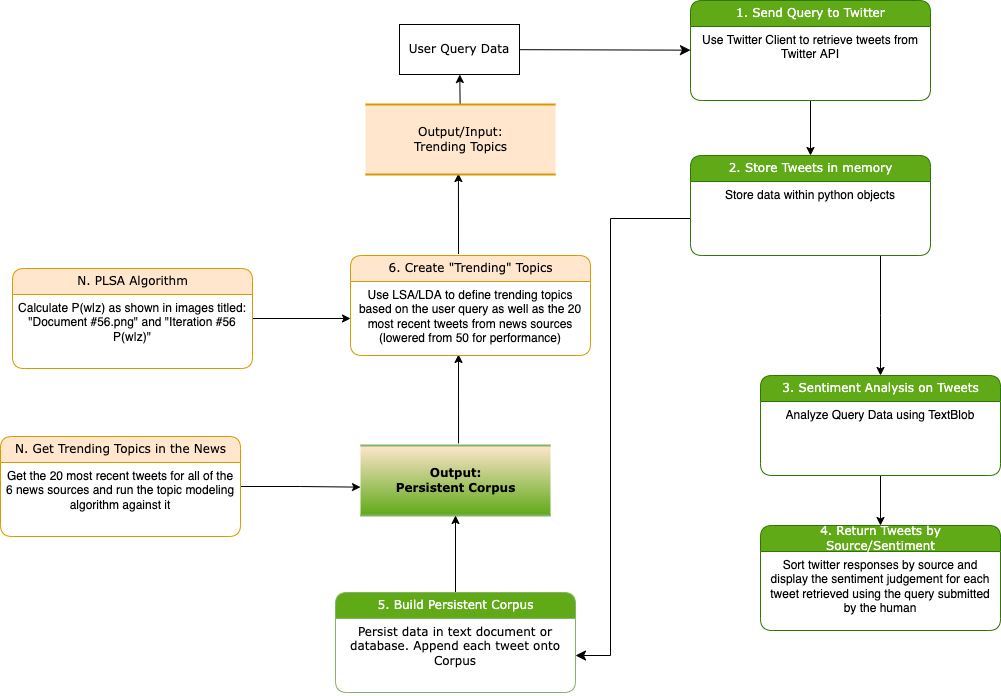
The draw.io diagram .docs/Process Model.png in PeterWJefferson/CourseProject, before a commit. Source tidied: cells renumbered, new cells last; positions are measured from the earlier drawing's top-left corner, leaving out a move shared by most shapes.
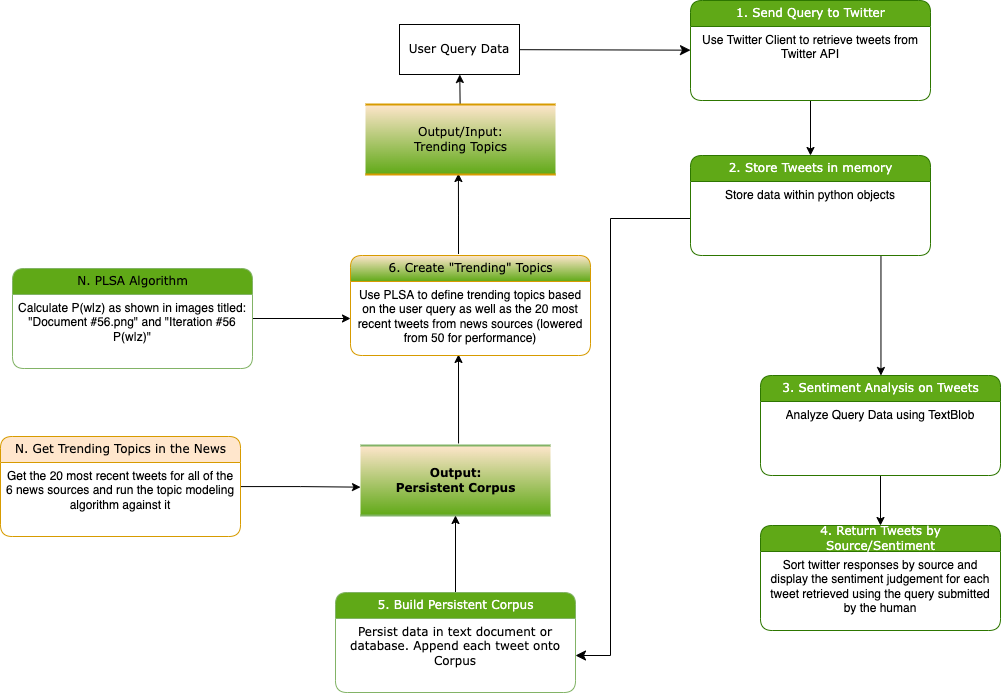
After the commit.

Commit message:
docs: updates process model

Diff of the diagram source:
```diff
@@ -62,13 +62,13 @@
     <mxCell id="19" style="edgeStyle=orthogonalEdgeStyle;rounded=0;jettySize=auto;html=1;entryX=0.489;entryY=0.986;entryDx=0;entryDy=0;entryPerimeter=0;exitX=0.45;exitY=-0.015;exitDx=0;exitDy=0;exitPerimeter=0;" parent="1" edge="1" source="20" target="22">
       <mxGeometry relative="1" as="geometry" />
     </mxCell>
-    <mxCell id="20" value="6. Create &quot;Trending&quot; Topics" style="swimlane;html=1;fontStyle=0;horizontal=1;startSize=26;fillColor=#ffe6cc;swimlaneFillColor=#ffffff;align=center;rounded=1;shadow=0;comic=0;labelBackgroundColor=none;strokeWidth=1;fontFamily=Verdana;fontSize=12;strokeColor=#d79b00;" parent="1" vertex="1">
+    <mxCell id="20" value="6. Create &quot;Trending&quot; Topics" style="swimlane;html=1;fontStyle=0;horizontal=1;startSize=26;fillColor=#ffe6cc;swimlaneFillColor=#ffffff;align=center;rounded=1;shadow=0;comic=0;labelBackgroundColor=none;strokeWidth=1;fontFamily=Verdana;fontSize=12;strokeColor=#d79b00;gradientColor=#60A917;" parent="1" vertex="1">
       <mxGeometry x="350" y="255" width="240" height="100" as="geometry" />
     </mxCell>
-    <mxCell id="21" value="Use LSA/LDA to define trending topics based on the user query as well as the 20 most recent tweets from news sources (lowered from 50 for performance)" style="text;html=1;strokeColor=none;fillColor=none;spacingLeft=4;spacingRight=4;whiteSpace=wrap;overflow=hidden;points=[[0,0.5],[1,0.5]];portConstraint=eastwest;align=center;" parent="20" vertex="1">
+    <mxCell id="21" value="Use PLSA to define trending topics based on the user query as well as the 20 most recent tweets from news sources (lowered from 50 for performance)" style="text;html=1;strokeColor=none;fillColor=none;spacingLeft=4;spacingRight=4;whiteSpace=wrap;overflow=hidden;points=[[0,0.5],[1,0.5]];portConstraint=eastwest;align=center;" parent="20" vertex="1">
       <mxGeometry y="26" width="240" height="74" as="geometry" />
     </mxCell>
-    <mxCell id="22" value="Output/Input:&lt;br&gt;Trending Topics" style="html=1;rounded=0;shadow=0;comic=0;labelBackgroundColor=none;strokeWidth=2;fontFamily=Verdana;fontSize=12;align=center;shape=mxgraph.ios7ui.horLines;fillColor=#ffe6cc;strokeColor=#d79b00;" parent="1" vertex="1">
+    <mxCell id="22" value="Output/Input:&lt;br&gt;Trending Topics" style="html=1;rounded=0;shadow=0;comic=0;labelBackgroundColor=none;strokeWidth=2;fontFamily=Verdana;fontSize=12;align=center;shape=mxgraph.ios7ui.horLines;fillColor=#ffe6cc;strokeColor=#d79b00;gradientColor=#60A917;" parent="1" vertex="1">
       <mxGeometry x="365" y="104" width="190" height="70" as="geometry" />
     </mxCell>
     <mxCell id="23" style="edgeStyle=orthogonalEdgeStyle;html=1;" parent="1" edge="1" source="24" target="3">
@@ -92,7 +92,7 @@
     <mxCell id="29" style="edgeStyle=orthogonalEdgeStyle;html=1;rounded=0;" parent="1" edge="1" source="30" target="21">
       <mxGeometry relative="1" as="geometry" />
     </mxCell>
-    <mxCell id="30" value="N. PLSA Algorithm" style="swimlane;html=1;fontStyle=0;horizontal=1;startSize=26;fillColor=#ffe6cc;swimlaneFillColor=#ffffff;align=center;rounded=1;shadow=0;comic=0;labelBackgroundColor=none;strokeWidth=1;fontFamily=Verdana;fontSize=12;strokeColor=#d79b00;" parent="1" vertex="1">
+    <mxCell id="30" value="N. PLSA Algorithm" style="swimlane;html=1;fontStyle=0;horizontal=1;startSize=26;fillColor=#60A917;swimlaneFillColor=#ffffff;align=center;rounded=1;shadow=0;comic=0;labelBackgroundColor=none;strokeWidth=1;fontFamily=Verdana;fontSize=12;strokeColor=#82B366;" parent="1" vertex="1">
       <mxGeometry x="12" y="268" width="240" height="100" as="geometry" />
     </mxCell>
     <mxCell id="31" value="Calculate P(w|z) as shown in images titled: &quot;Document #56.png&quot; and &quot;Iteration #56 P(w|z)&quot;" style="text;html=1;strokeColor=none;fillColor=none;spacingLeft=4;spacingRight=4;whiteSpace=wrap;overflow=hidden;align=center;" parent="30" vertex="1">
```
